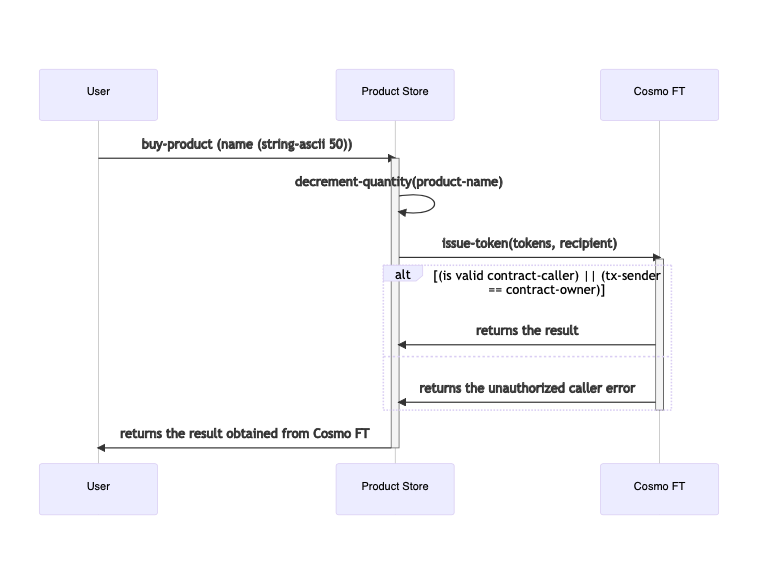
tintash/clarity-projects keeps this Mermaid diagram as 003-ft/clarinet-projects/minahil-imtiaz/diagrams/buy-product.png. Above is the earlier version. Its source is kept beside it as 003-ft/clarinet-projects/minahil-imtiaz/diagrams/buy-product.mmd. Its diagram source:
```mermaid
sequenceDiagram
  participant User
  participant Product Store
  participant Cosmo FT

  User ->> Product Store: buy-product (name (string-ascii 50))
  activate  Product Store
  Product Store ->> Product Store: decrement-quantity(product-name)
  Product Store ->> Cosmo FT: issue-token(tokens, recipient)
  activate Cosmo FT
  alt (is valid contract-caller) || (tx-sender == contract-owner)
  Cosmo FT ->> Product Store: returns the result
  else
  Cosmo FT ->> Product Store: returns the unauthorized caller error
  end
  deactivate Cosmo FT
  Product Store ->> User: returns the result obtained from Cosmo FT
  deactivate Product Store
```
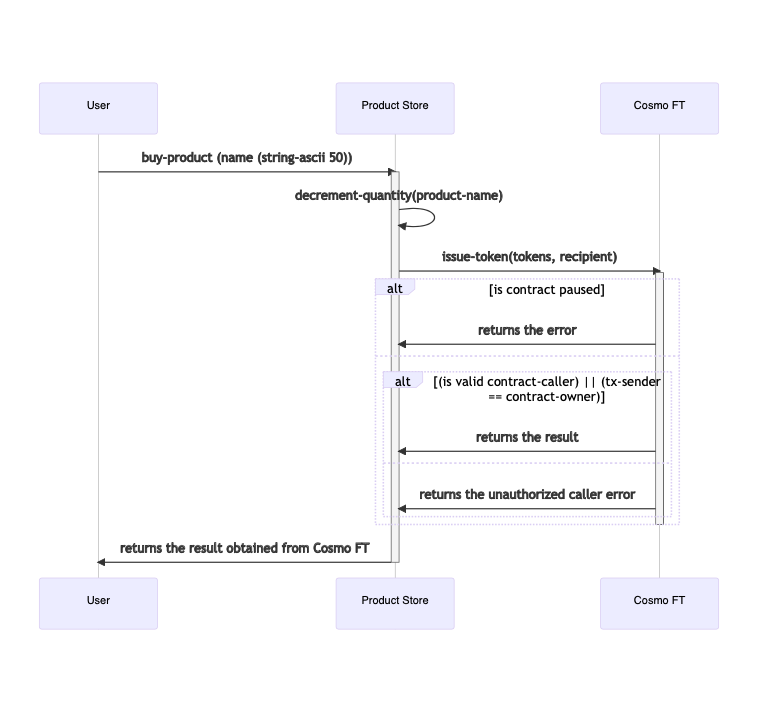
After the commit.

The edit, as a diff of the source:
```diff
@@ -8,10 +8,14 @@
   Product Store ->> Product Store: decrement-quantity(product-name)
   Product Store ->> Cosmo FT: issue-token(tokens, recipient)
   activate Cosmo FT
-  alt (is valid contract-caller) || (tx-sender == contract-owner)
-  Cosmo FT ->> Product Store: returns the result
+  alt is contract paused
+  Cosmo FT ->> Product Store: returns the error
   else
-  Cosmo FT ->> Product Store: returns the unauthorized caller error
+   alt (is valid contract-caller) || (tx-sender == contract-owner)
+   Cosmo FT ->> Product Store: returns the result
+   else
+   Cosmo FT ->> Product Store: returns the unauthorized caller error
+   end
   end
   deactivate Cosmo FT
   Product Store ->> User: returns the result obtained from Cosmo FT
```
